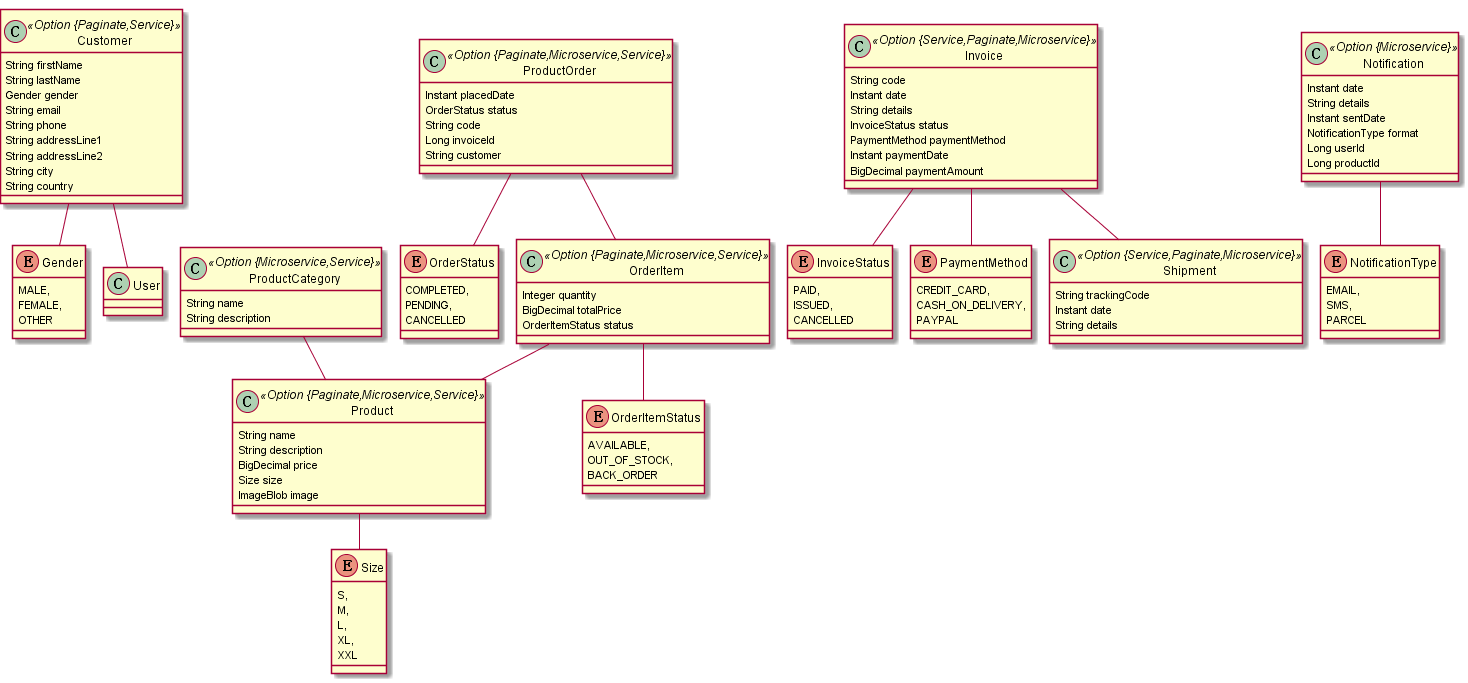
Earlier version of the PlantUML export models/v6.png (lsfoo/share-task). The source it was exported from:
```plantuml
@startuml
	!pragma graphviz_dot jdot
	!pragma syntax class
	class Customer <<Option {Paginate,Service}>> {
		String firstName
		String lastName
		Gender gender
		String email
		String phone
		String addressLine1
		String addressLine2
		String city
		String country
	}
	Customer ..> Gender
	enum Gender {
		MALE,
		FEMALE,
		OTHER
	}
	Customer  "user(login) 0..1 " -- "0..1 "  User
	class Product <<Option {Paginate,Microservice,Service}>> {
		String name
		String description
		BigDecimal price
		Size size
		ImageBlob image
	}
	Product ..> Size
	enum Size {
		S,
		M,
		L,
		XL,
		XXL
	}
	class ProductCategory <<Option {Microservice,Service}>> {
		String name
		String description
	}
	class ProductOrder <<Option {Paginate,Microservice,Service}>> {
		Instant placedDate
		OrderStatus status
		String code
		Long invoiceId
		String customer
	}
	ProductOrder ..> OrderStatus
	enum OrderStatus {
		COMPLETED,
		PENDING,
		CANCELLED
	}
	class OrderItem <<Option {Paginate,Microservice,Service}>> {
		Integer quantity
		BigDecimal totalPrice
		OrderItemStatus status
	}
	OrderItem ..> OrderItemStatus
	enum OrderItemStatus {
		AVAILABLE,
		OUT_OF_STOCK,
		BACK_ORDER
	}
	OrderItem  "product(name)  1..* " o-- "0..1 "  Product
	ProductOrder  "orderItem 0..1 " --o "order(code)  1..* "  OrderItem
	ProductCategory  "product 0..1 " --o "productCategory(name) 0..* "  Product
	class Invoice <<Option {Service,Paginate,Microservice}>> {
		String code
		Instant date
		String details
		InvoiceStatus status
		PaymentMethod paymentMethod
		Instant paymentDate
		BigDecimal paymentAmount
	}
	Invoice ..> InvoiceStatus
	Invoice ..> PaymentMethod
	enum InvoiceStatus {
		PAID,
		ISSUED,
		CANCELLED
	}
	class Shipment <<Option {Service,Paginate,Microservice}>> {
		String trackingCode
		Instant date
		String details
	}
	enum PaymentMethod {
		CREDIT_CARD,
		CASH_ON_DELIVERY,
		PAYPAL
	}
	Invoice  "shipment 0..1 " --o "invoice(code)  1..* "  Shipment
	class Notification <<Option {Microservice}>> {
		Instant date
		String details
		Instant sentDate
		NotificationType format
		Long userId
		Long productId
	}
	Notification ..> NotificationType
	enum NotificationType {
		EMAIL,
		SMS,
		PARCEL
	}
	class User  {
	}
@enduml
```
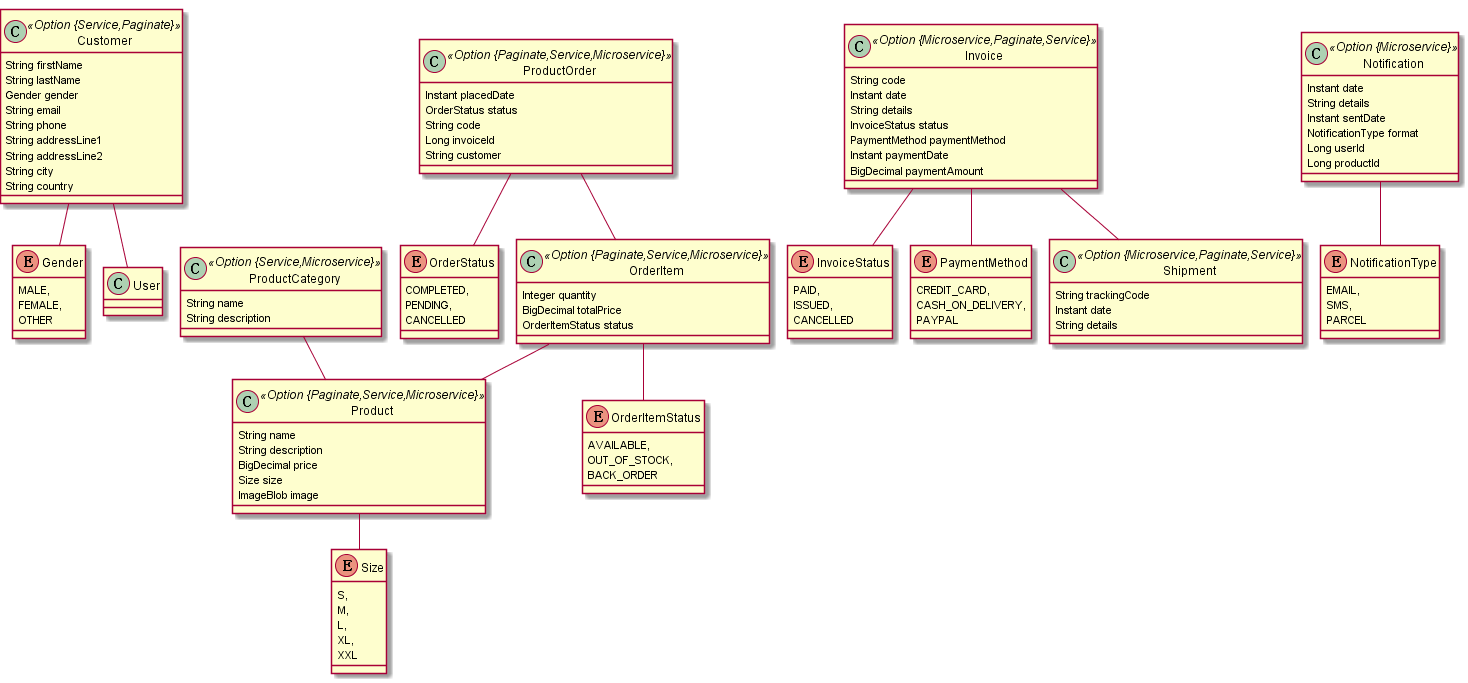
After the change.

What changed in the source:
```diff
@@ -1,7 +1,7 @@
 @startuml
 	!pragma graphviz_dot jdot
 	!pragma syntax class
-	class Customer <<Option {Paginate,Service}>> {
+	class Customer <<Option {Service,Paginate}>> {
 		String firstName
 		String lastName
 		Gender gender
@@ -19,7 +19,7 @@
 		OTHER
 	}
 	Customer  "user(login) 0..1 " -- "0..1 "  User
-	class Product <<Option {Paginate,Microservice,Service}>> {
+	class Product <<Option {Paginate,Service,Microservice}>> {
 		String name
 		String description
 		BigDecimal price
@@ -34,11 +34,11 @@
 		XL,
 		XXL
 	}
-	class ProductCategory <<Option {Microservice,Service}>> {
+	class ProductCategory <<Option {Service,Microservice}>> {
 		String name
 		String description
 	}
-	class ProductOrder <<Option {Paginate,Microservice,Service}>> {
+	class ProductOrder <<Option {Paginate,Service,Microservice}>> {
 		Instant placedDate
 		OrderStatus status
 		String code
@@ -51,7 +51,7 @@
 		PENDING,
 		CANCELLED
 	}
-	class OrderItem <<Option {Paginate,Microservice,Service}>> {
+	class OrderItem <<Option {Paginate,Service,Microservice}>> {
 		Integer quantity
 		BigDecimal totalPrice
 		OrderItemStatus status
@@ -65,7 +65,7 @@
 	OrderItem  "product(name)  1..* " o-- "0..1 "  Product
 	ProductOrder  "orderItem 0..1 " --o "order(code)  1..* "  OrderItem
 	ProductCategory  "product 0..1 " --o "productCategory(name) 0..* "  Product
-	class Invoice <<Option {Service,Paginate,Microservice}>> {
+	class Invoice <<Option {Microservice,Paginate,Service}>> {
 		String code
 		Instant date
 		String details
@@ -81,7 +81,7 @@
 		ISSUED,
 		CANCELLED
 	}
-	class Shipment <<Option {Service,Paginate,Microservice}>> {
+	class Shipment <<Option {Microservice,Paginate,Service}>> {
 		String trackingCode
 		Instant date
 		String details
```
